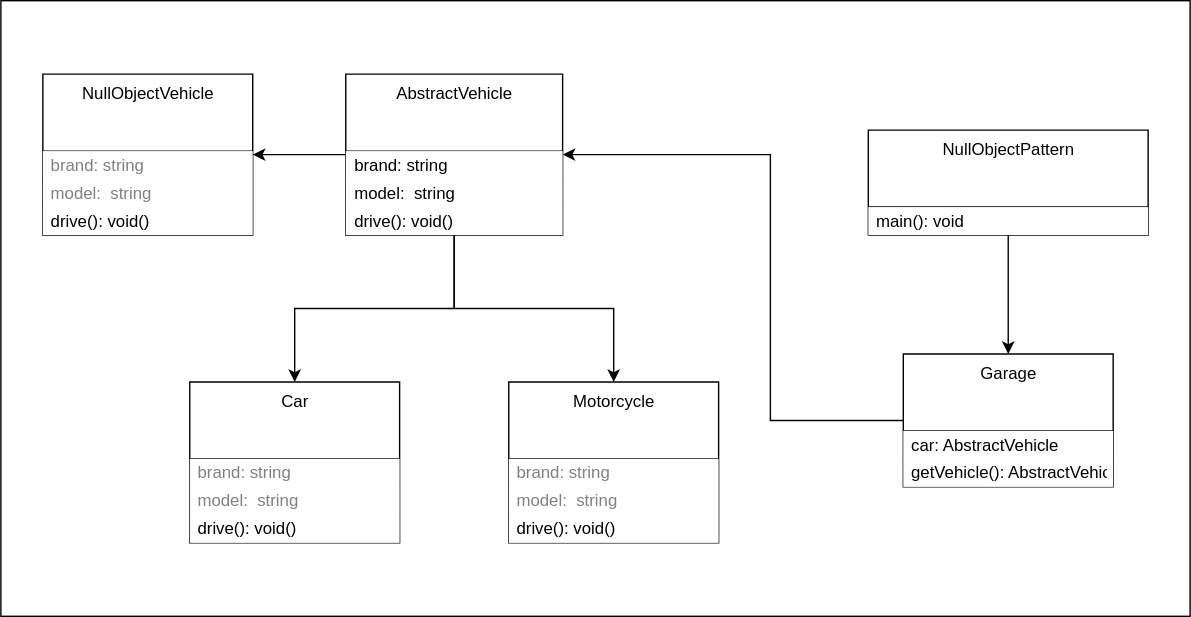
GabrielSlima/blog keeps this draw.io diagram as images/clean-code-error-handling/NullObjectPattern-1.1.svg. Above is the earlier version. Source tidied: cells renumbered, new cells last; positions are measured from the earlier drawing's top-left corner, leaving out a move shared by most shapes.
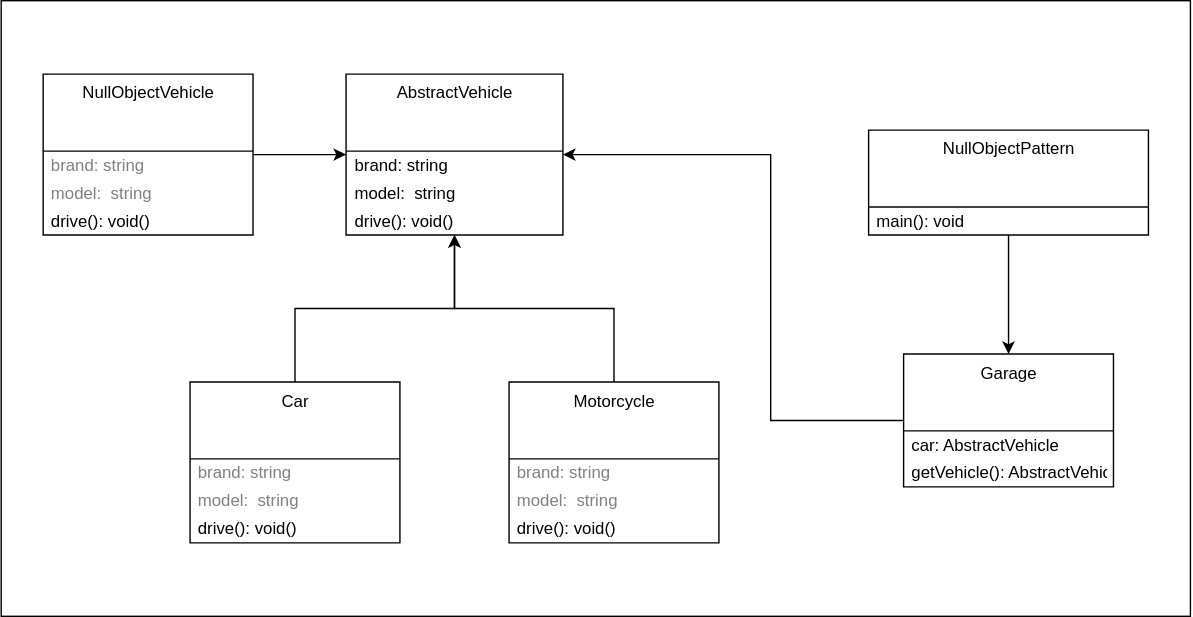
Later version of the same file.

Diff of the diagram source:
```diff
@@ -13,79 +13,79 @@
         </Array>
       </mxGeometry>
     </mxCell>
-    <mxCell id="4" value="Garage" style="swimlane;fontStyle=0;align=center;verticalAlign=top;horizontal=1;startSize=55;html=1;" parent="1" vertex="1">
+    <mxCell id="4" value="Garage" style="swimlane;fontStyle=0;align=center;verticalAlign=top;horizontal=1;startSize=55;html=1;fillColor=none;" parent="1" vertex="1">
       <mxGeometry x="645" y="252.5" width="150" height="95" as="geometry" />
     </mxCell>
-    <mxCell id="5" value="&lt;div&gt;car: AbstractVehicle&lt;br&gt;&lt;/div&gt;" style="text;html=1;strokeColor=none;align=left;verticalAlign=middle;spacingLeft=4;spacingRight=4;overflow=hidden;fillColor=#ffffff;" parent="4" vertex="1">
+    <mxCell id="5" value="&lt;div&gt;car: AbstractVehicle&lt;br&gt;&lt;/div&gt;" style="text;html=1;strokeColor=none;align=left;verticalAlign=middle;spacingLeft=4;spacingRight=4;overflow=hidden;" parent="4" vertex="1">
       <mxGeometry y="55" width="150" height="20" as="geometry" />
     </mxCell>
-    <mxCell id="6" value="&lt;div&gt;getVehicle(): AbstractVehicle&lt;/div&gt;" style="text;html=1;strokeColor=none;align=left;verticalAlign=middle;spacingLeft=4;spacingRight=4;overflow=hidden;fillColor=#ffffff;" parent="4" vertex="1">
+    <mxCell id="6" value="&lt;div&gt;getVehicle(): AbstractVehicle&lt;/div&gt;" style="text;html=1;strokeColor=none;align=left;verticalAlign=middle;spacingLeft=4;spacingRight=4;overflow=hidden;" parent="4" vertex="1">
       <mxGeometry y="75" width="150" height="20" as="geometry" />
     </mxCell>
+    <mxCell id="29" style="edgeStyle=orthogonalEdgeStyle;rounded=0;jettySize=auto;html=1;" parent="1" edge="1" source="7" target="21">
+      <mxGeometry relative="1" as="geometry" />
+    </mxCell>
-    <mxCell id="7" value="NullObjectVehicle" style="swimlane;fontStyle=0;align=center;verticalAlign=top;horizontal=1;startSize=55;html=1;" parent="1" vertex="1">
+    <mxCell id="7" value="NullObjectVehicle" style="swimlane;fontStyle=0;align=center;verticalAlign=top;horizontal=1;startSize=55;html=1;fillColor=none;" parent="1" vertex="1">
       <mxGeometry x="30" y="52.5" width="150" height="115" as="geometry" />
     </mxCell>
-    <mxCell id="8" value="brand: string" style="text;html=1;strokeColor=none;align=left;verticalAlign=middle;spacingLeft=4;spacingRight=4;overflow=hidden;fontColor=#808080;fillColor=#ffffff;" parent="7" vertex="1">
+    <mxCell id="8" value="brand: string" style="text;html=1;strokeColor=none;align=left;verticalAlign=middle;spacingLeft=4;spacingRight=4;overflow=hidden;fontColor=#808080;" parent="7" vertex="1">
       <mxGeometry y="55" width="150" height="20" as="geometry" />
     </mxCell>
-    <mxCell id="9" value="&lt;div&gt;model:&amp;nbsp; string&lt;/div&gt;" style="text;html=1;strokeColor=none;align=left;verticalAlign=middle;spacingLeft=4;spacingRight=4;overflow=hidden;fontColor=#808080;fillColor=#ffffff;" parent="7" vertex="1">
+    <mxCell id="9" value="&lt;div&gt;model:&amp;nbsp; string&lt;/div&gt;" style="text;html=1;strokeColor=none;align=left;verticalAlign=middle;spacingLeft=4;spacingRight=4;overflow=hidden;fontColor=#808080;" parent="7" vertex="1">
       <mxGeometry y="75" width="150" height="20" as="geometry" />
     </mxCell>
-    <mxCell id="10" value="&lt;div&gt;drive(): void()&lt;/div&gt;" style="text;html=1;strokeColor=none;align=left;verticalAlign=middle;spacingLeft=4;spacingRight=4;overflow=hidden;fillColor=#ffffff;" parent="7" vertex="1">
+    <mxCell id="10" value="&lt;div&gt;drive(): void()&lt;/div&gt;" style="text;html=1;strokeColor=none;align=left;verticalAlign=middle;spacingLeft=4;spacingRight=4;overflow=hidden;" parent="7" vertex="1">
       <mxGeometry y="95" width="150" height="20" as="geometry" />
     </mxCell>
+    <mxCell id="30" style="edgeStyle=orthogonalEdgeStyle;rounded=0;jettySize=auto;html=1;" parent="1" edge="1" source="11" target="21">
+      <mxGeometry relative="1" as="geometry" />
+    </mxCell>
-    <mxCell id="11" value="Car" style="swimlane;fontStyle=0;align=center;verticalAlign=top;horizontal=1;startSize=55;html=1;" parent="1" vertex="1">
+    <mxCell id="11" value="Car" style="swimlane;fontStyle=0;align=center;verticalAlign=top;horizontal=1;startSize=55;html=1;fillColor=none;" parent="1" vertex="1">
       <mxGeometry x="135" y="272.5" width="150" height="115" as="geometry" />
     </mxCell>
-    <mxCell id="12" value="brand: string" style="text;html=1;strokeColor=none;align=left;verticalAlign=middle;spacingLeft=4;spacingRight=4;overflow=hidden;fontColor=#808080;fillColor=#ffffff;" parent="11" vertex="1">
+    <mxCell id="12" value="brand: string" style="text;html=1;strokeColor=none;align=left;verticalAlign=middle;spacingLeft=4;spacingRight=4;overflow=hidden;fontColor=#808080;" parent="11" vertex="1">
       <mxGeometry y="55" width="150" height="20" as="geometry" />
     </mxCell>
-    <mxCell id="13" value="&lt;div&gt;model:&amp;nbsp; string&lt;/div&gt;" style="text;html=1;strokeColor=none;align=left;verticalAlign=middle;spacingLeft=4;spacingRight=4;overflow=hidden;fontColor=#808080;fillColor=#ffffff;" parent="11" vertex="1">
+    <mxCell id="13" value="&lt;div&gt;model:&amp;nbsp; string&lt;/div&gt;" style="text;html=1;strokeColor=none;align=left;verticalAlign=middle;spacingLeft=4;spacingRight=4;overflow=hidden;fontColor=#808080;" parent="11" vertex="1">
       <mxGeometry y="75" width="150" height="20" as="geometry" />
     </mxCell>
-    <mxCell id="14" value="&lt;div&gt;drive(): void()&lt;/div&gt;" style="text;html=1;align=left;verticalAlign=middle;spacingLeft=4;spacingRight=4;overflow=hidden;fillColor=#ffffff;shadow=0;sketch=0;" parent="11" vertex="1">
+    <mxCell id="14" value="&lt;div&gt;drive(): void()&lt;/div&gt;" style="text;html=1;align=left;verticalAlign=middle;spacingLeft=4;spacingRight=4;overflow=hidden;shadow=0;sketch=0;" parent="11" vertex="1">
       <mxGeometry y="95" width="150" height="20" as="geometry" />
     </mxCell>
     <mxCell id="15" style="edgeStyle=orthogonalEdgeStyle;rounded=0;jettySize=auto;html=1;fontColor=#808080;" parent="1" edge="1" source="16" target="4">
       <mxGeometry relative="1" as="geometry" />
     </mxCell>
-    <mxCell id="16" value="NullObjectPattern" style="swimlane;fontStyle=0;align=center;verticalAlign=top;horizontal=1;startSize=55;html=1;" parent="1" vertex="1">
+    <mxCell id="16" value="NullObjectPattern" style="swimlane;fontStyle=0;align=center;verticalAlign=top;horizontal=1;startSize=55;html=1;fillColor=none;" parent="1" vertex="1">
       <mxGeometry x="620" y="92.5" width="200" height="75" as="geometry" />
     </mxCell>
-    <mxCell id="17" value="&lt;div&gt;main(): void&lt;/div&gt;" style="text;html=1;strokeColor=none;align=left;verticalAlign=middle;spacingLeft=4;spacingRight=4;overflow=hidden;fillColor=#ffffff;" parent="16" vertex="1">
+    <mxCell id="17" value="&lt;div&gt;main(): void&lt;/div&gt;" style="text;html=1;strokeColor=none;align=left;verticalAlign=middle;spacingLeft=4;spacingRight=4;overflow=hidden;" parent="16" vertex="1">
       <mxGeometry y="55" width="200" height="20" as="geometry" />
     </mxCell>
-    <mxCell id="18" style="edgeStyle=orthogonalEdgeStyle;rounded=0;jettySize=auto;html=1;entryX=0.5;entryY=0;entryDx=0;entryDy=0;" parent="1" edge="1" source="21" target="25">
-      <mxGeometry relative="1" as="geometry" />
-    </mxCell>
-    <mxCell id="19" style="edgeStyle=orthogonalEdgeStyle;rounded=0;jettySize=auto;html=1;" parent="1" edge="1" source="21" target="11">
-      <mxGeometry relative="1" as="geometry" />
-    </mxCell>
-    <mxCell id="20" style="edgeStyle=orthogonalEdgeStyle;rounded=0;jettySize=auto;html=1;entryX=1;entryY=0.5;entryDx=0;entryDy=0;" parent="1" edge="1" source="21" target="7">
-      <mxGeometry relative="1" as="geometry" />
-    </mxCell>
-    <mxCell id="21" value="AbstractVehicle" style="swimlane;fontStyle=0;align=center;verticalAlign=top;horizontal=1;startSize=55;html=1;swimlaneLine=1;" parent="1" vertex="1">
+    <mxCell id="21" value="AbstractVehicle" style="swimlane;fontStyle=0;align=center;verticalAlign=top;horizontal=1;startSize=55;html=1;swimlaneLine=1;fillColor=none;" parent="1" vertex="1">
       <mxGeometry x="246.5" y="52.5" width="155" height="115" as="geometry" />
     </mxCell>
-    <mxCell id="22" value="brand: string" style="text;html=1;align=left;verticalAlign=middle;spacingLeft=4;spacingRight=4;overflow=hidden;fillColor=#ffffff;" parent="21" vertex="1">
+    <mxCell id="22" value="brand: string" style="text;html=1;align=left;verticalAlign=middle;spacingLeft=4;spacingRight=4;overflow=hidden;" parent="21" vertex="1">
       <mxGeometry y="55" width="155" height="20" as="geometry" />
     </mxCell>
-    <mxCell id="23" value="&lt;div&gt;model:&amp;nbsp; string&lt;/div&gt;" style="text;html=1;strokeColor=none;align=left;verticalAlign=middle;spacingLeft=4;spacingRight=4;overflow=hidden;fillColor=#ffffff;" parent="21" vertex="1">
+    <mxCell id="23" value="&lt;div&gt;model:&amp;nbsp; string&lt;/div&gt;" style="text;html=1;strokeColor=none;align=left;verticalAlign=middle;spacingLeft=4;spacingRight=4;overflow=hidden;" parent="21" vertex="1">
       <mxGeometry y="75" width="155" height="20" as="geometry" />
     </mxCell>
-    <mxCell id="24" value="&lt;div&gt;drive(): void()&lt;/div&gt;" style="text;html=1;strokeColor=none;align=left;verticalAlign=middle;spacingLeft=4;spacingRight=4;overflow=hidden;fillColor=#ffffff;" parent="21" vertex="1">
+    <mxCell id="24" value="&lt;div&gt;drive(): void()&lt;/div&gt;" style="text;html=1;strokeColor=none;align=left;verticalAlign=middle;spacingLeft=4;spacingRight=4;overflow=hidden;" parent="21" vertex="1">
       <mxGeometry y="95" width="155" height="20" as="geometry" />
     </mxCell>
+    <mxCell id="31" style="edgeStyle=orthogonalEdgeStyle;rounded=0;jettySize=auto;html=1;" parent="1" edge="1" source="25" target="21">
+      <mxGeometry relative="1" as="geometry" />
+    </mxCell>
-    <mxCell id="25" value="Motorcycle" style="swimlane;fontStyle=0;align=center;verticalAlign=top;horizontal=1;startSize=55;html=1;" parent="1" vertex="1">
+    <mxCell id="25" value="Motorcycle" style="swimlane;fontStyle=0;align=center;verticalAlign=top;horizontal=1;startSize=55;html=1;fillColor=none;" parent="1" vertex="1">
       <mxGeometry x="363" y="272.5" width="150" height="115" as="geometry" />
     </mxCell>
-    <mxCell id="26" value="brand: string" style="text;html=1;strokeColor=none;align=left;verticalAlign=middle;spacingLeft=4;spacingRight=4;overflow=hidden;fontColor=#808080;fillColor=#ffffff;" parent="25" vertex="1">
+    <mxCell id="26" value="brand: string" style="text;html=1;strokeColor=none;align=left;verticalAlign=middle;spacingLeft=4;spacingRight=4;overflow=hidden;fontColor=#808080;" parent="25" vertex="1">
       <mxGeometry y="55" width="150" height="20" as="geometry" />
     </mxCell>
-    <mxCell id="27" value="&lt;div&gt;model:&amp;nbsp; string&lt;/div&gt;" style="text;html=1;strokeColor=none;align=left;verticalAlign=middle;spacingLeft=4;spacingRight=4;overflow=hidden;fontColor=#808080;fillColor=#ffffff;" parent="25" vertex="1">
+    <mxCell id="27" value="&lt;div&gt;model:&amp;nbsp; string&lt;/div&gt;" style="text;html=1;strokeColor=none;align=left;verticalAlign=middle;spacingLeft=4;spacingRight=4;overflow=hidden;fontColor=#808080;" parent="25" vertex="1">
       <mxGeometry y="75" width="150" height="20" as="geometry" />
     </mxCell>
-    <mxCell id="28" value="&lt;div&gt;drive(): void()&lt;/div&gt;" style="text;html=1;align=left;verticalAlign=middle;spacingLeft=4;spacingRight=4;overflow=hidden;fillColor=#ffffff;shadow=0;sketch=0;" parent="25" vertex="1">
+    <mxCell id="28" value="&lt;div&gt;drive(): void()&lt;/div&gt;" style="text;html=1;align=left;verticalAlign=middle;spacingLeft=4;spacingRight=4;overflow=hidden;shadow=0;sketch=0;" parent="25" vertex="1">
       <mxGeometry y="95" width="150" height="20" as="geometry" />
     </mxCell>
   </root>
```
